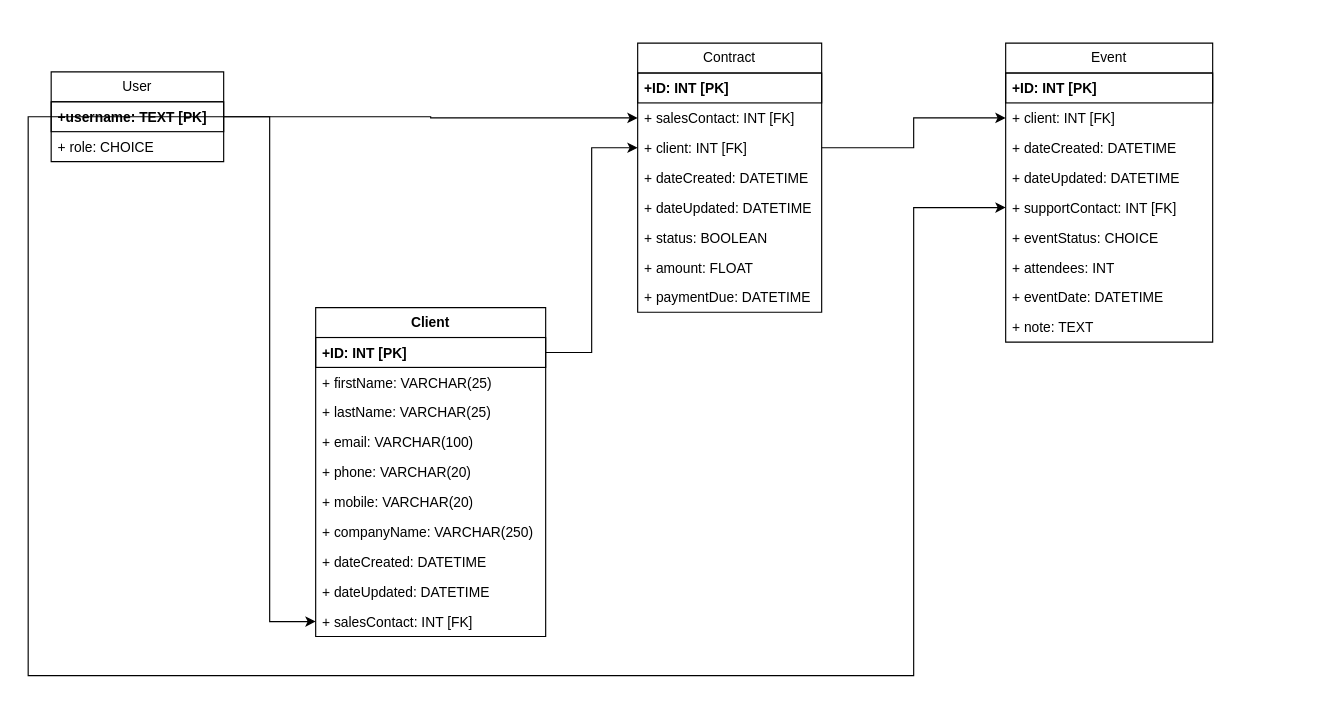
The draw.io diagram CRM.drawio in gmaOCR/TP12, before the edit. Source tidied: cells renumbered, new cells numbered last; positions are measured from the earlier drawing's top-left corner, leaving out a move shared by most shapes. Both pictures are drawn from the tidied source at 115%, with x=0, y=0 at pixel (28, 43).
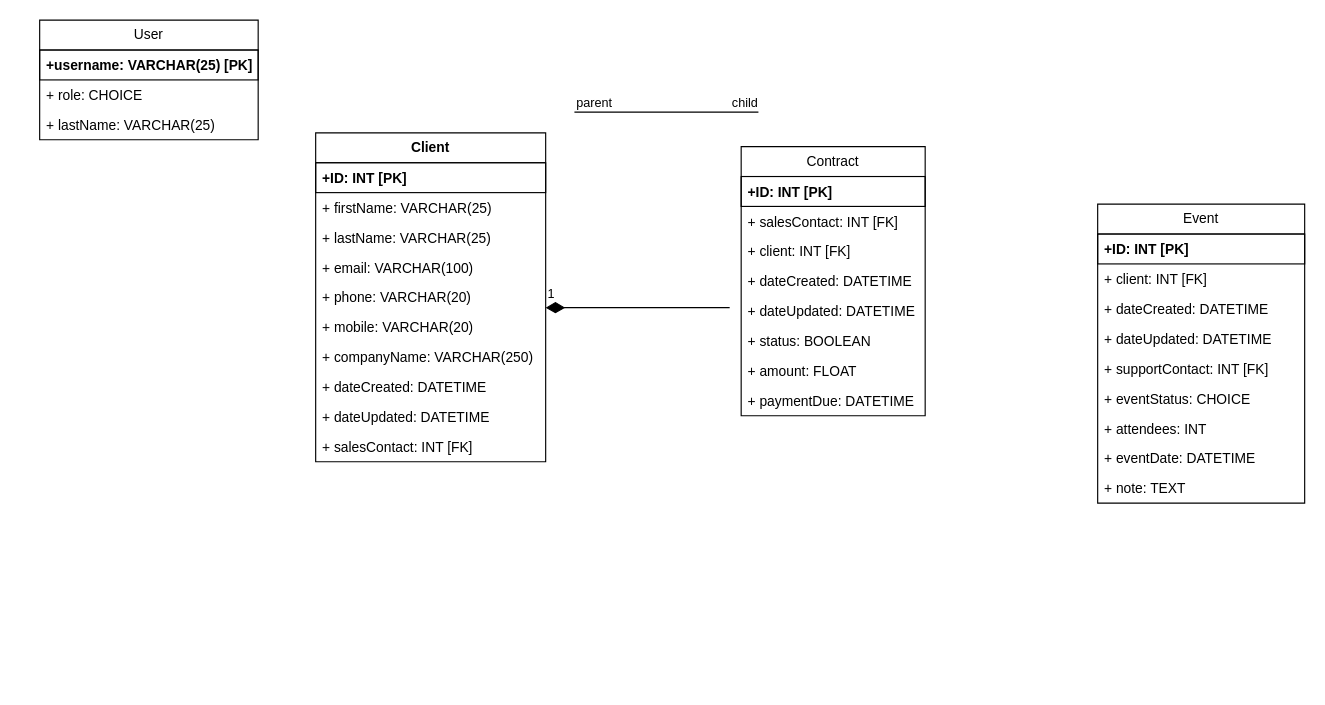
The same diagram, later.

Commit message:
Mettre à jour CRM.drawio

The change refers to these unchanged cells:
```xml
<mxCell id="7" value="+ client: INT [FK]" style="text;strokeColor=none;fillColor=none;align=left;verticalAlign=top;spacingLeft=4;spacingRight=4;overflow=hidden;points=[[0,0.5],[1,0.5]];portConstraint=eastwest;whiteSpace=wrap;html=1;" parent="5" vertex="1">
  <mxGeometry y="52" width="180" height="26" as="geometry" />
</mxCell>
<mxCell id="10" value="+ supportContact: INT [FK]" style="text;strokeColor=none;fillColor=none;align=left;verticalAlign=top;spacingLeft=4;spacingRight=4;overflow=hidden;points=[[0,0.5],[1,0.5]];portConstraint=eastwest;whiteSpace=wrap;html=1;" parent="5" vertex="1">
  <mxGeometry y="130" width="180" height="26" as="geometry" />
</mxCell>
<mxCell id="17" value="+ salesContact: INT [FK]" style="text;strokeColor=none;fillColor=none;align=left;verticalAlign=top;spacingLeft=4;spacingRight=4;overflow=hidden;points=[[0,0.5],[1,0.5]];portConstraint=eastwest;whiteSpace=wrap;html=1;" parent="15" vertex="1">
  <mxGeometry y="52" width="160" height="26" as="geometry" />
</mxCell>
<mxCell id="18" value="+ client: INT [FK]" style="text;strokeColor=none;fillColor=none;align=left;verticalAlign=top;spacingLeft=4;spacingRight=4;overflow=hidden;points=[[0,0.5],[1,0.5]];portConstraint=eastwest;whiteSpace=wrap;html=1;" parent="15" vertex="1">
  <mxGeometry y="78" width="160" height="26" as="geometry" />
</mxCell>
<mxCell id="25" value="&lt;b&gt;+ID: INT [PK]&lt;/b&gt;" style="text;strokeColor=default;fillColor=none;align=left;verticalAlign=top;spacingLeft=4;spacingRight=4;overflow=hidden;points=[[0,0.5],[1,0.5]];portConstraint=eastwest;whiteSpace=wrap;html=1;" parent="24" vertex="1">
  <mxGeometry y="26" width="200" height="26" as="geometry" />
</mxCell>
<mxCell id="34" value="+ salesContact: INT [FK]" style="text;strokeColor=none;fillColor=none;align=left;verticalAlign=top;spacingLeft=4;spacingRight=4;overflow=hidden;points=[[0,0.5],[1,0.5]];portConstraint=eastwest;whiteSpace=wrap;html=1;" parent="24" vertex="1">
  <mxGeometry y="260" width="200" height="26" as="geometry" />
</mxCell>
```

What changed in the source:
```diff
@@
     <mxCell id="2" value="User" style="swimlane;fontStyle=0;horizontal=1;startSize=26;fillColor=none;whiteSpace=wrap;html=1;" parent="1" vertex="1">
-      <mxGeometry x="20" y="25" width="150" height="78" as="geometry" />
+      <mxGeometry x="10" y="-20" width="190" height="104" as="geometry" />
     </mxCell>
-    <mxCell id="3" value="&lt;b&gt;+username: TEXT [PK]&lt;/b&gt;" style="text;strokeColor=default;fillColor=none;align=left;verticalAlign=top;spacingLeft=4;spacingRight=4;overflow=hidden;points=[[0,0.5],[1,0.5]];portConstraint=eastwest;whiteSpace=wrap;html=1;" parent="2" vertex="1">
-      <mxGeometry y="26" width="150" height="26" as="geometry" />
+    <mxCell id="3" value="&lt;b&gt;+username: &lt;/b&gt;&lt;b&gt;VARCHAR(25)&lt;/b&gt;&lt;b&gt; [PK]&lt;/b&gt;" style="text;strokeColor=default;fillColor=none;align=left;verticalAlign=top;spacingLeft=4;spacingRight=4;overflow=hidden;points=[[0,0.5],[1,0.5]];portConstraint=eastwest;whiteSpace=wrap;html=1;" parent="2" vertex="1">
+      <mxGeometry y="26" width="190" height="26" as="geometry" />
     </mxCell>
     <mxCell id="4" value="+ role: CHOICE" style="text;strokeColor=none;fillColor=none;align=left;verticalAlign=top;spacingLeft=4;spacingRight=4;overflow=hidden;whiteSpace=wrap;html=1;" parent="2" vertex="1">
-      <mxGeometry y="52" width="150" height="26" as="geometry" />
+      <mxGeometry y="52" width="190" height="26" as="geometry" />
     </mxCell>
+    <mxCell id="40" value="&lt;div&gt;+ lastName: VARCHAR(25)&lt;/div&gt;" style="text;strokeColor=none;fillColor=none;align=left;verticalAlign=top;spacingLeft=4;spacingRight=4;overflow=hidden;whiteSpace=wrap;html=1;" parent="2" vertex="1">
+      <mxGeometry y="78" width="190" height="26" as="geometry" />
+    </mxCell>
     <mxCell id="5" value="Event" style="swimlane;fontStyle=0;horizontal=1;startSize=26;fillColor=none;whiteSpace=wrap;html=1;" parent="1" vertex="1">
-      <mxGeometry x="850" width="180" height="260" as="geometry" />
+      <mxGeometry x="930" y="140" width="180" height="260" as="geometry" />
     </mxCell>
@@
     <mxCell id="15" value="Contract" style="swimlane;fontStyle=0;horizontal=1;startSize=26;fillColor=none;whiteSpace=wrap;html=1;" parent="1" vertex="1">
-      <mxGeometry x="530" width="160" height="234" as="geometry" />
+      <mxGeometry x="620" y="90" width="160" height="234" as="geometry" />
     </mxCell>
@@
     <mxCell id="24" value="&lt;b&gt;Client&lt;/b&gt;" style="swimlane;fontStyle=0;horizontal=1;startSize=26;fillColor=none;whiteSpace=wrap;html=1;" parent="1" vertex="1">
-      <mxGeometry x="250" y="230" width="200" height="286" as="geometry" />
+      <mxGeometry x="250" y="78" width="200" height="286" as="geometry" />
     </mxCell>
@@
-    <mxCell id="35" style="edgeStyle=orthogonalEdgeStyle;rounded=0;jettySize=auto;html=1;exitX=1;exitY=0.5;exitDx=0;exitDy=0;entryX=0;entryY=0.5;entryDx=0;entryDy=0;" parent="1" edge="1" source="3" target="34">
-      <mxGeometry relative="1" as="geometry" />
-    </mxCell>
-    <mxCell id="36" style="edgeStyle=orthogonalEdgeStyle;rounded=0;jettySize=auto;html=1;exitX=1;exitY=0.5;exitDx=0;exitDy=0;" parent="1" edge="1" source="25" target="18">
-      <mxGeometry relative="1" as="geometry" />
-    </mxCell>
-    <mxCell id="37" style="edgeStyle=orthogonalEdgeStyle;rounded=0;jettySize=auto;html=1;exitX=1;exitY=0.5;exitDx=0;exitDy=0;entryX=0;entryY=0.5;entryDx=0;entryDy=0;" parent="1" edge="1" source="3" target="17">
-      <mxGeometry relative="1" as="geometry" />
-    </mxCell>
-    <mxCell id="38" style="edgeStyle=orthogonalEdgeStyle;rounded=0;jettySize=auto;html=1;exitX=1;exitY=0.5;exitDx=0;exitDy=0;entryX=0;entryY=0.5;entryDx=0;entryDy=0;" parent="1" edge="1" source="18" target="7">
-      <mxGeometry relative="1" as="geometry" />
-    </mxCell>
-    <mxCell id="39" style="edgeStyle=orthogonalEdgeStyle;rounded=0;jettySize=auto;html=1;exitX=1;exitY=0.5;exitDx=0;exitDy=0;entryX=0;entryY=0.5;entryDx=0;entryDy=0;" parent="1" edge="1" source="3" target="10">
-      <mxGeometry relative="1" as="geometry">
-        <Array as="points">
-          <mxPoint y="64" />
-          <mxPoint y="550" />
-          <mxPoint x="770" y="550" />
-          <mxPoint x="770" y="143" />
-        </Array>
-      </mxGeometry>
-    </mxCell>
+    <mxCell id="41" value="1" style="endArrow=none;html=1;endSize=12;startArrow=diamondThin;startSize=14;startFill=1;edgeStyle=orthogonalEdgeStyle;align=left;verticalAlign=bottom;rounded=0;endFill=0;" parent="1" edge="1">
+      <mxGeometry x="-1" y="3" relative="1" as="geometry">
+        <mxPoint x="450" y="230" as="sourcePoint" />
+        <mxPoint x="610" y="230" as="targetPoint" />
+      </mxGeometry>
+    </mxCell>
+    <mxCell id="42" style="endArrow=none;html=1;edgeStyle=orthogonalEdgeStyle;rounded=0;" parent="1" edge="1">
+      <mxGeometry relative="1" as="geometry">
+        <mxPoint x="475" y="60" as="sourcePoint" />
+        <mxPoint x="635" y="60" as="targetPoint" />
+      </mxGeometry>
+    </mxCell>
+    <mxCell id="43" value="parent" style="edgeLabel;html=1;align=left;verticalAlign=bottom;" parent="42" vertex="1">
+      <mxGeometry x="-1" relative="1" as="geometry" />
+    </mxCell>
+    <mxCell id="44" value="child" style="edgeLabel;html=1;align=right;verticalAlign=bottom;" parent="42" vertex="1">
+      <mxGeometry x="1" relative="1" as="geometry" />
+    </mxCell>
```
